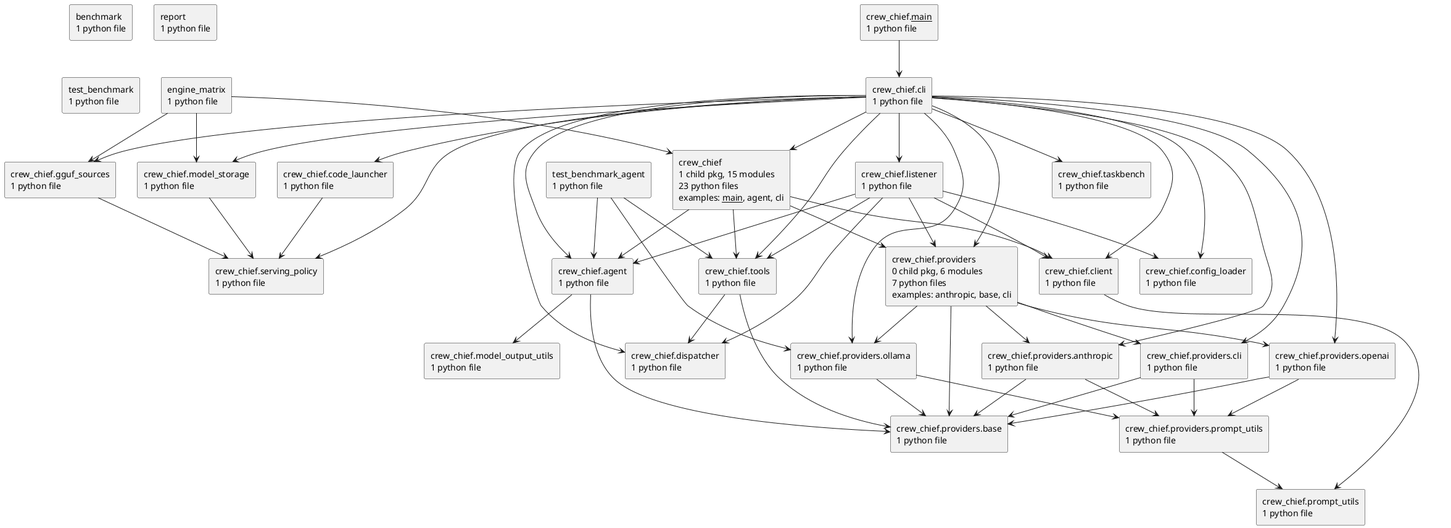
Earlier version of the PlantUML export docs/diagrams/python-packages.puml.png (casonk/crew-chief).
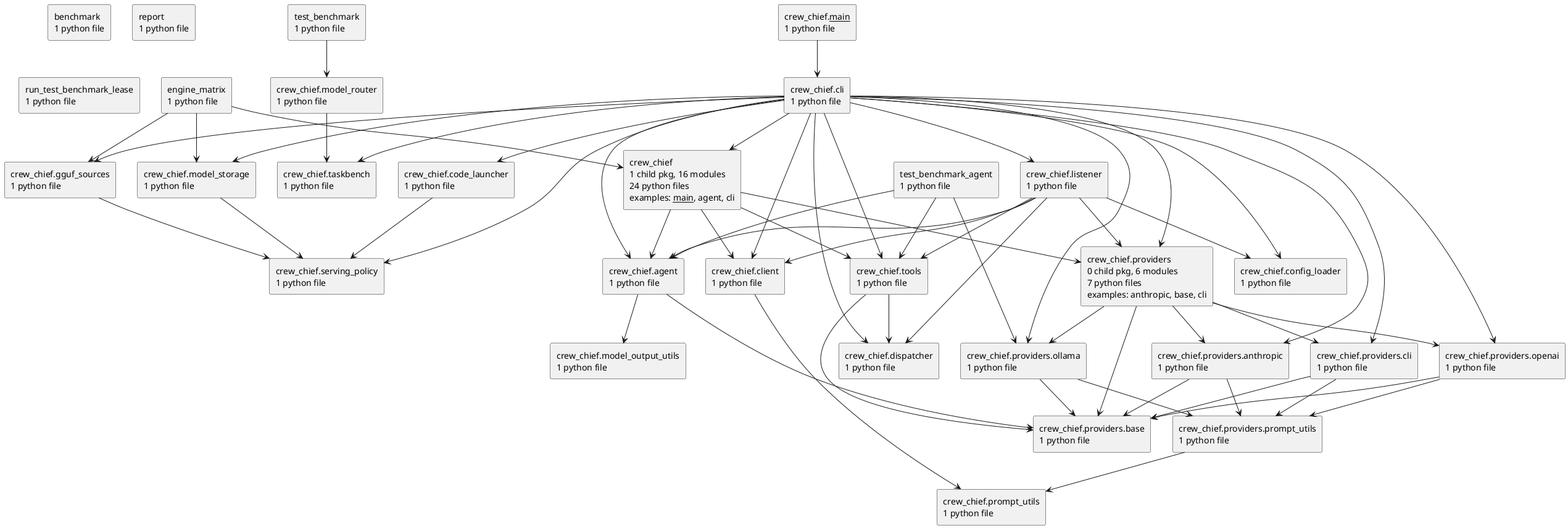
The same diagram one commit later.

Change to the diagram source:
```diff
@@ -1,9 +1,9 @@
-@startuml packages_checkout
+@startuml packages_crew-chief
 set namespaceSeparator none
 top to bottom direction
 skinparam componentStyle rectangle
 rectangle "benchmark\n1 python file" as benchmark
-rectangle "crew_chief\n1 child pkg, 15 modules\n23 python files\nexamples: __main__, agent, cli" as crew_chief
+rectangle "crew_chief\n1 child pkg, 16 modules\n24 python files\nexamples: __main__, agent, cli" as crew_chief
 rectangle "crew_chief.__main__\n1 python file" as crew_chief.__main__
 rectangle "crew_chief.agent\n1 python file" as crew_chief.agent
 rectangle "crew_chief.cli\n1 python file" as crew_chief.cli
@@ -14,6 +14,7 @@
 rectangle "crew_chief.gguf_sources\n1 python file" as crew_chief.gguf_sources
 rectangle "crew_chief.listener\n1 python file" as crew_chief.listener
 rectangle "crew_chief.model_output_utils\n1 python file" as crew_chief.model_output_utils
+rectangle "crew_chief.model_router\n1 python file" as crew_chief.model_router
 rectangle "crew_chief.model_storage\n1 python file" as crew_chief.model_storage
 rectangle "crew_chief.prompt_utils\n1 python file" as crew_chief.prompt_utils
 rectangle "crew_chief.providers\n0 child pkg, 6 modules\n7 python files\nexamples: anthropic, base, cli" as crew_chief.providers
@@ -28,6 +29,7 @@
 rectangle "crew_chief.tools\n1 python file" as crew_chief.tools
 rectangle "engine_matrix\n1 python file" as engine_matrix
 rectangle "report\n1 python file" as report
+rectangle "run_test_benchmark_lease\n1 python file" as run_test_benchmark_lease
 rectangle "test_benchmark\n1 python file" as test_benchmark
 rectangle "test_benchmark_agent\n1 python file" as test_benchmark_agent
 crew_chief --> crew_chief.agent
@@ -63,6 +65,7 @@
 crew_chief.listener --> crew_chief.dispatcher
 crew_chief.listener --> crew_chief.providers
 crew_chief.listener --> crew_chief.tools
+crew_chief.model_router --> crew_chief.taskbench
 crew_chief.model_storage --> crew_chief.serving_policy
 crew_chief.providers --> crew_chief.providers.anthropic
 crew_chief.providers --> crew_chief.providers.base
@@ -83,6 +86,7 @@
 engine_matrix --> crew_chief
 engine_matrix --> crew_chief.gguf_sources
 engine_matrix --> crew_chief.model_storage
+test_benchmark --> crew_chief.model_router
 test_benchmark_agent --> crew_chief.agent
 test_benchmark_agent --> crew_chief.providers.ollama
 test_benchmark_agent --> crew_chief.tools
```
